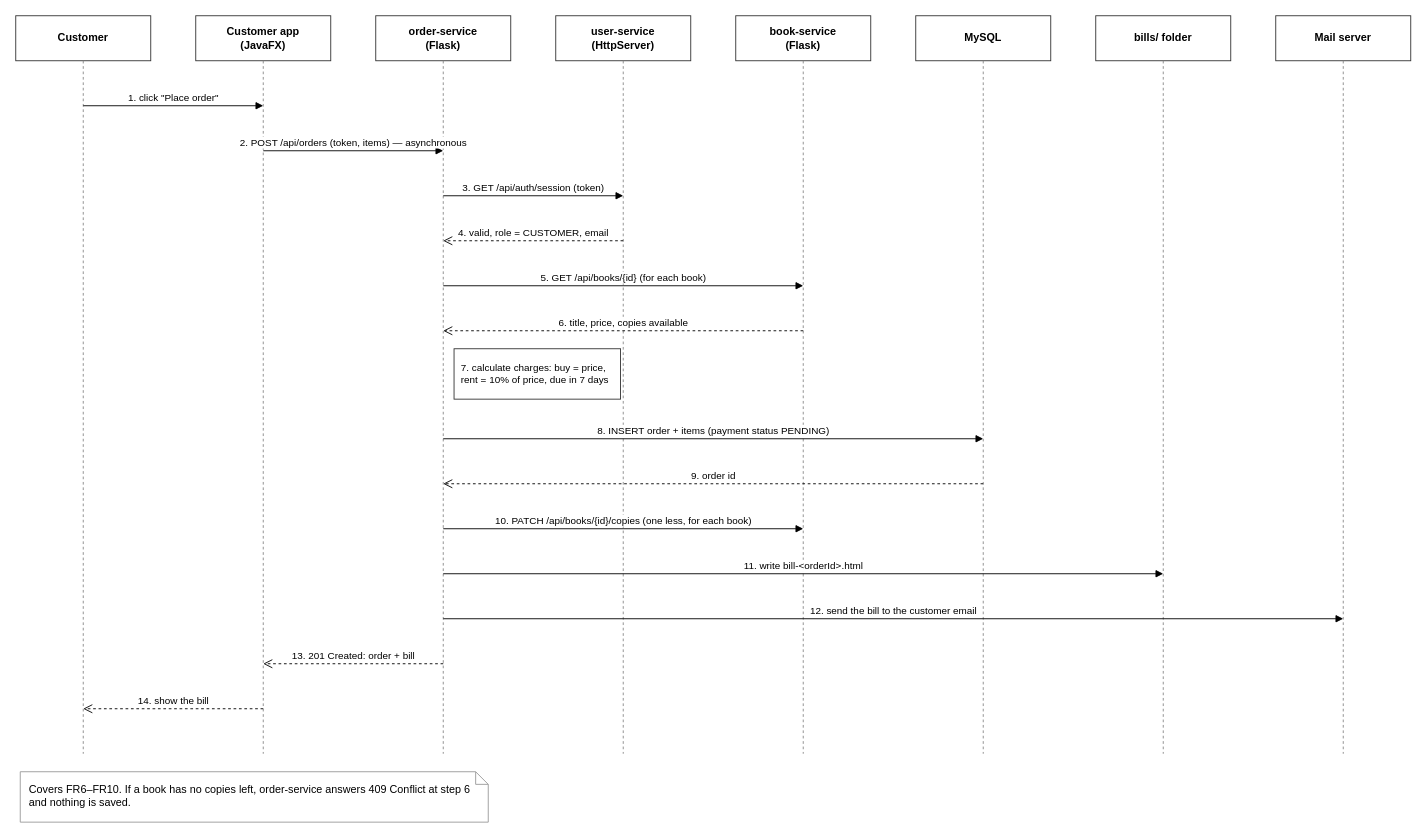
Earlier version of the draw.io diagram docs/02-design/diagrams/sequence-place-order.drawio (KFUPMer/csce310-bookstore). Source tidied: cells renumbered, new cells numbered last; positions are measured from the earlier drawing's top-left corner, leaving out a move shared by most shapes. Both pictures are drawn from the tidied source at 90%, with x=0, y=0 at pixel (15, 15).
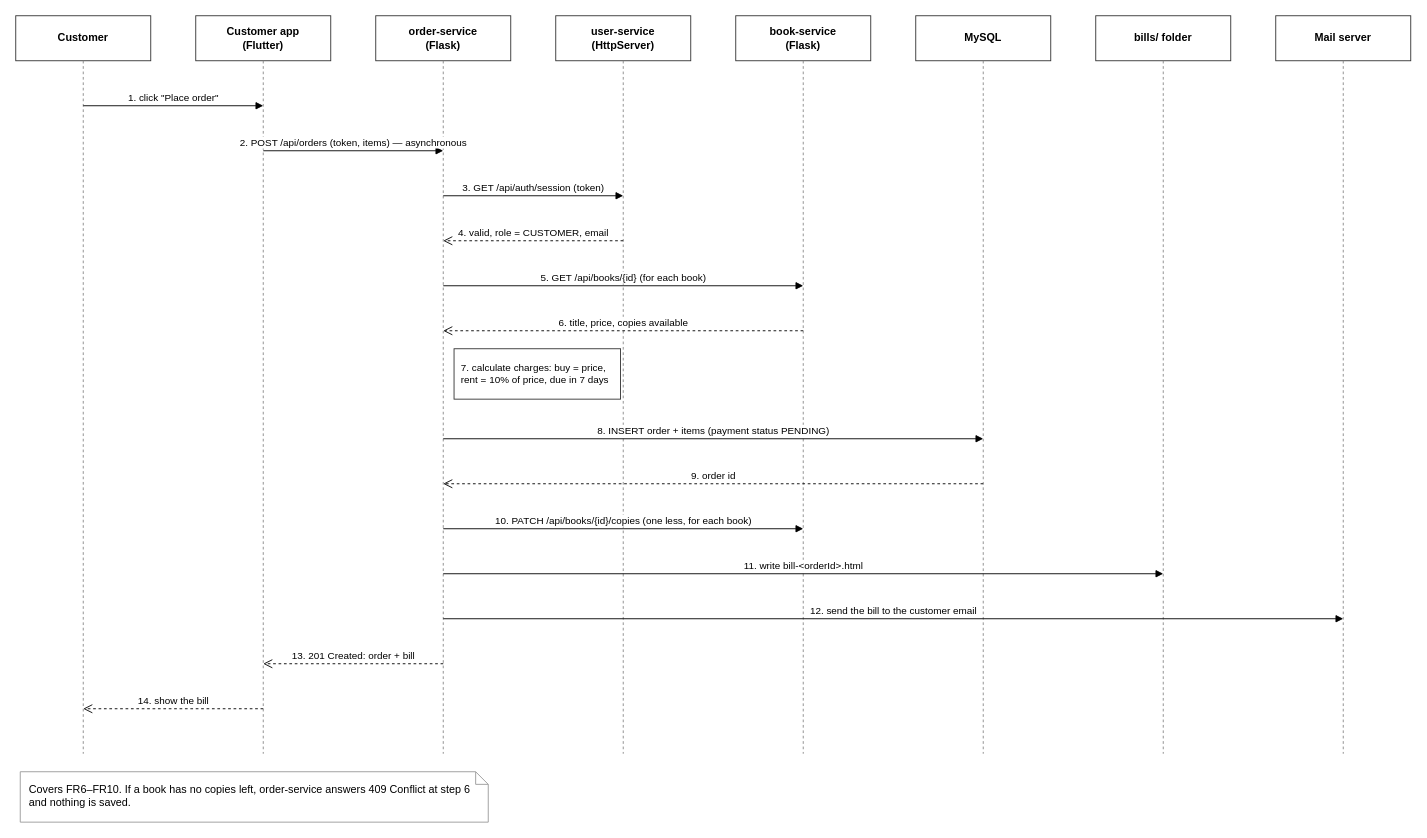
The same page after the edit.

Diff of the diagram source:
```diff
@@
-    <mxCell id="4" value="Customer app&lt;br&gt;(JavaFX)" style="rounded=0;whiteSpace=wrap;html=1;fontStyle=1;fontSize=12;fillColor=#ffffff;strokeColor=#333333;" parent="1" vertex="1">
+    <mxCell id="4" value="Customer app&lt;br&gt;(Flutter)" style="rounded=0;whiteSpace=wrap;html=1;fontStyle=1;fontSize=12;fillColor=#ffffff;strokeColor=#333333;" parent="1" vertex="1">
       <mxGeometry x="200" width="150" height="50" as="geometry" />
     </mxCell>
```
